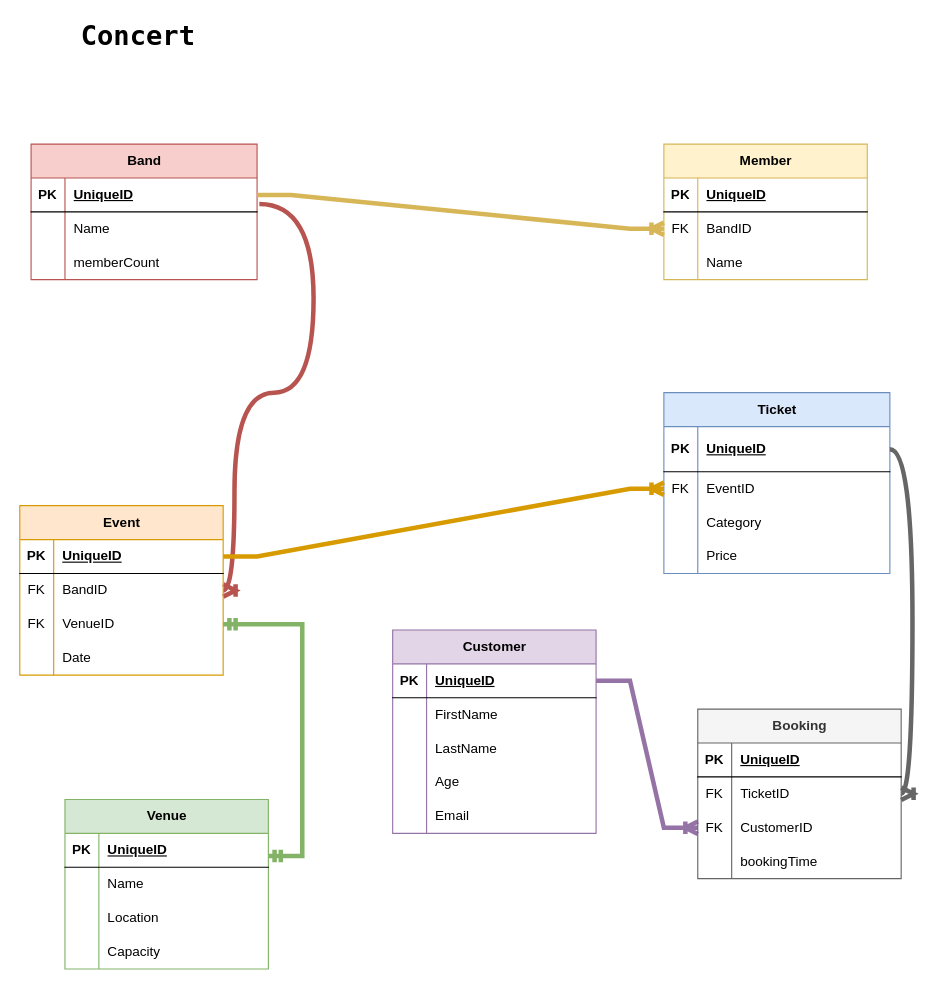
The draw.io diagram ERD/ConcertERD.drawio in N00240181/CC-Y3-FSD-Assignment, before the edit. Source tidied: cells renumbered, new cells numbered last; positions are measured from the earlier drawing's top-left corner, leaving out a move shared by most shapes. Both pictures are drawn from the tidied source at 113%, with x=0, y=0 at pixel (19, 19).
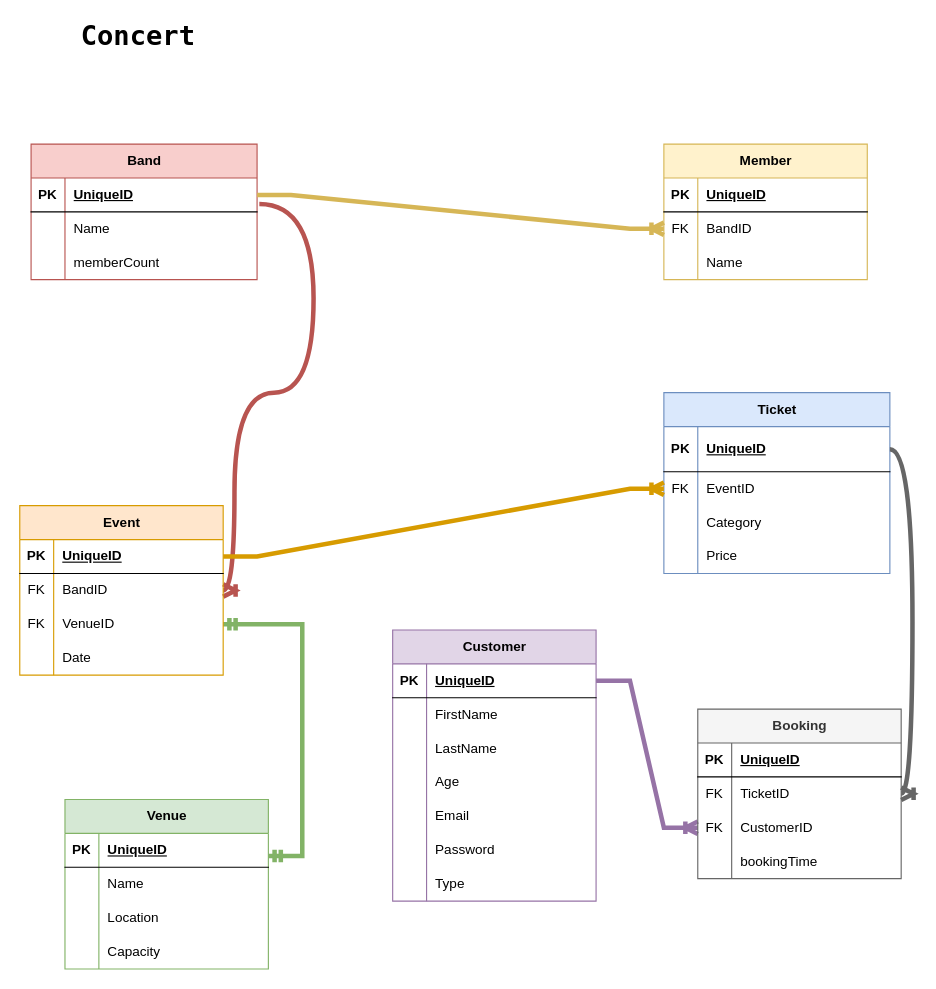
The same page after the edit.

Commit message (it also covers changes not shown here):
Added the password and type fields to customers so they can log in and have different permissions depending on their account type

What changed in the source:
```diff
@@
     <mxCell id="51" value="Customer" style="shape=table;startSize=30;childLayout=tableLayout;rowLines=0;fontStyle=1;align=center;html=1;fillColor=#e1d5e7;strokeColor=#9673a6;" parent="1" vertex="1">
-      <mxGeometry x="330" y="540" width="180" height="180" as="geometry" />
+      <mxGeometry x="330" y="540" width="180" height="240" as="geometry" />
     </mxCell>
@@
+    <mxCell id="97" style="shape=tableRow;horizontal=0;startSize=0;swimlaneHead=0;swimlaneBody=0;fillColor=none;top=0;left=0;right=0;bottom=0;" parent="51" vertex="1">
+      <mxGeometry y="180" width="180" height="30" as="geometry" />
+    </mxCell>
+    <mxCell id="98" style="shape=partialRectangle;fillColor=none;top=0;left=0;bottom=0;right=0;overflow=hidden;whiteSpace=wrap;html=1;" parent="97" vertex="1">
+      <mxGeometry width="30" height="30" as="geometry" />
+    </mxCell>
+    <mxCell id="99" value="Password" style="shape=partialRectangle;fillColor=none;top=0;left=0;bottom=0;right=0;align=left;spacingLeft=6;overflow=hidden;whiteSpace=wrap;html=1;" parent="97" vertex="1">
+      <mxGeometry x="30" width="150" height="30" as="geometry" />
+    </mxCell>
+    <mxCell id="100" style="shape=tableRow;horizontal=0;startSize=0;swimlaneHead=0;swimlaneBody=0;fillColor=none;top=0;left=0;right=0;bottom=0;" parent="51" vertex="1">
+      <mxGeometry y="210" width="180" height="30" as="geometry" />
+    </mxCell>
+    <mxCell id="101" style="shape=partialRectangle;fillColor=none;top=0;left=0;bottom=0;right=0;overflow=hidden;whiteSpace=wrap;html=1;" parent="100" vertex="1">
+      <mxGeometry width="30" height="30" as="geometry" />
+    </mxCell>
+    <mxCell id="102" value="Type" style="shape=partialRectangle;fillColor=none;top=0;left=0;bottom=0;right=0;align=left;spacingLeft=6;overflow=hidden;whiteSpace=wrap;html=1;" parent="100" vertex="1">
+      <mxGeometry x="30" width="150" height="30" as="geometry" />
+    </mxCell>
```
